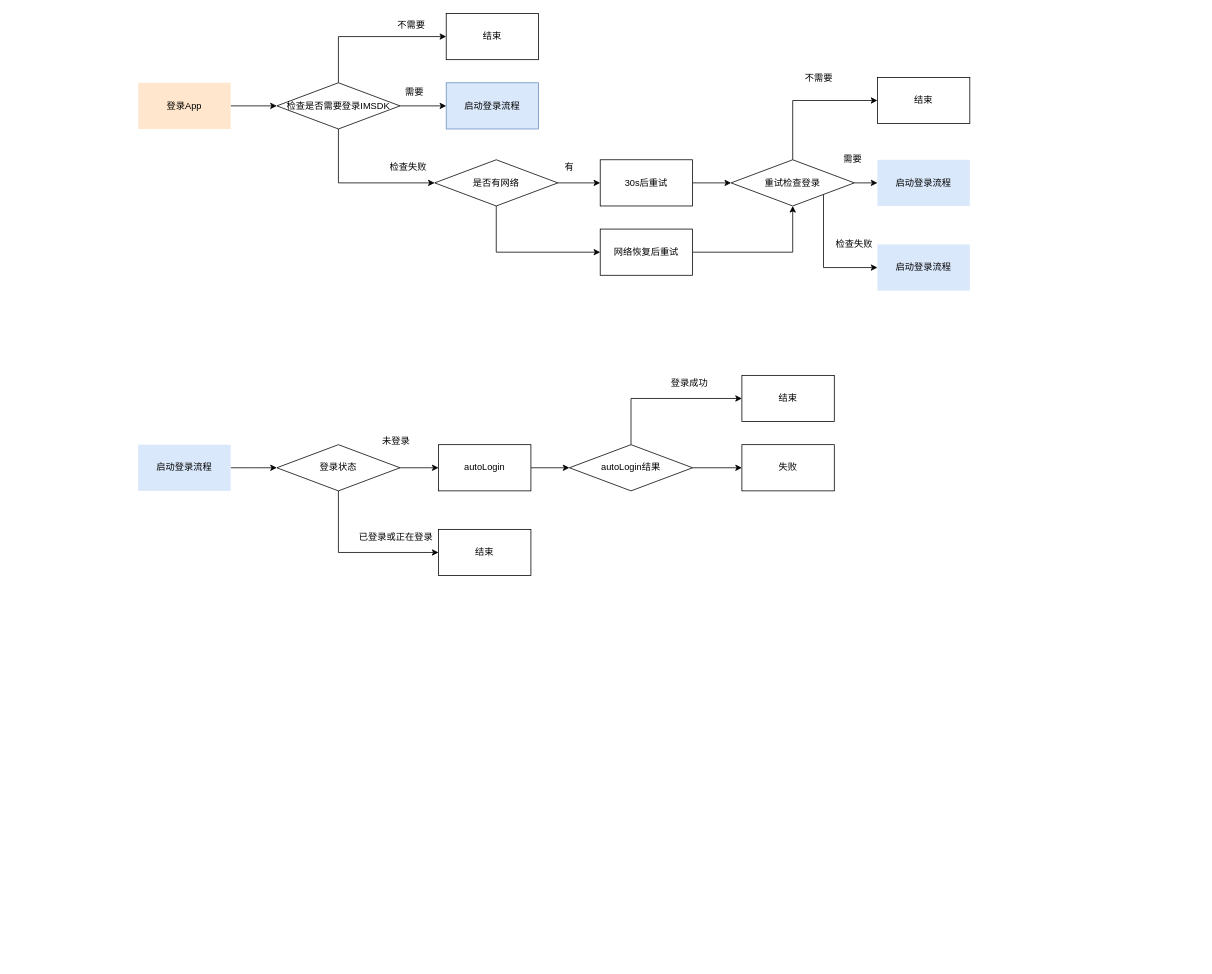
BigFaceXML/BigFaceXML.github.io keeps this draw.io diagram as imsdk.drawio. Above is the earlier version. Source tidied: cells renumbered, new cells numbered last; positions are measured from the earlier drawing's top-left corner, leaving out a move shared by most shapes. Both pictures are drawn from the tidied source at 77%, with x=0, y=0 at pixel (138, 13).
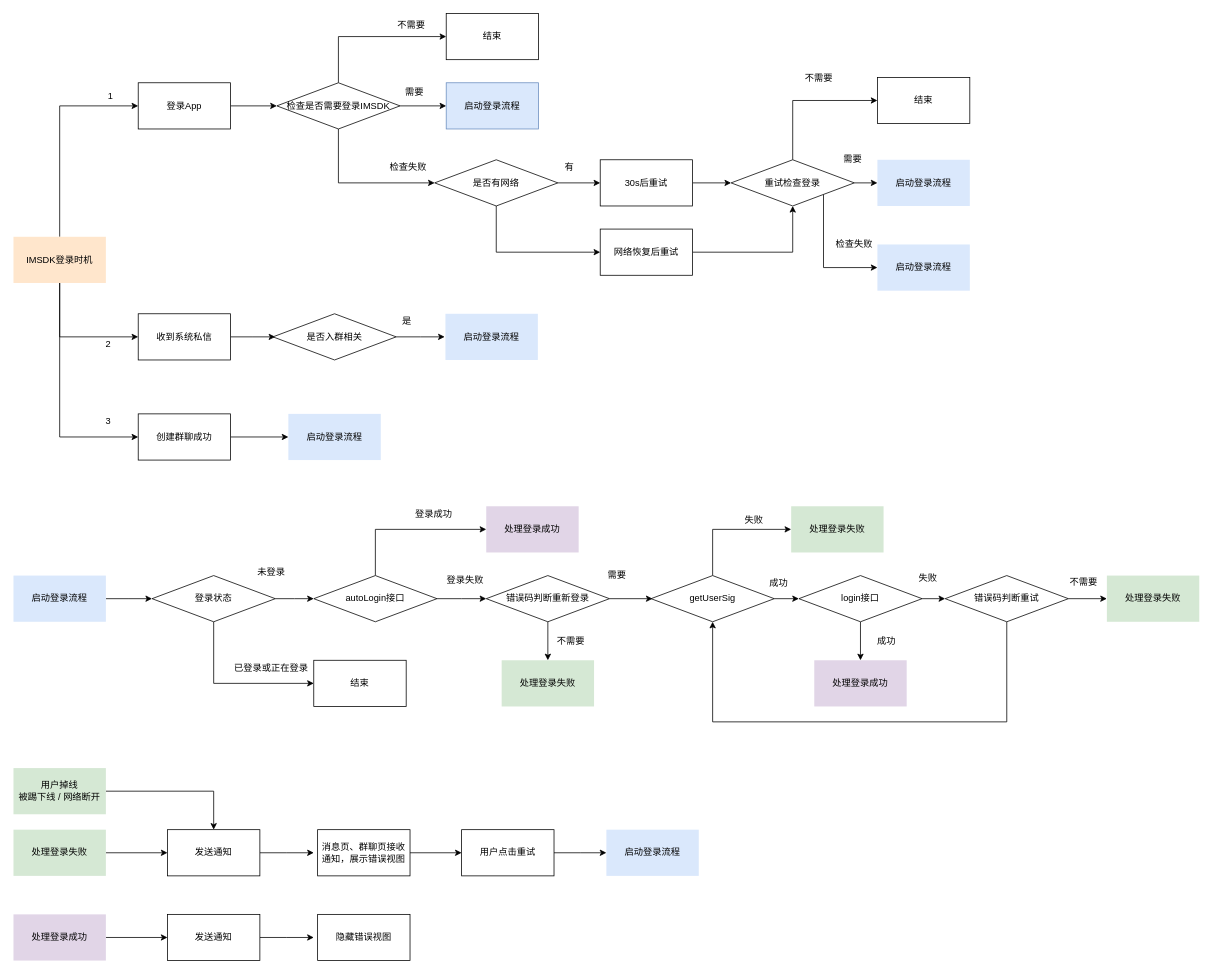
The same diagram, later.

Change to the diagram source:
```diff
@@
-    <mxCell id="3" value="登录App" style="rounded=0;whiteSpace=wrap;html=1;fillColor=#ffe6cc;strokeColor=none;" parent="1" vertex="1">
+    <mxCell id="3" value="登录App" style="rounded=0;whiteSpace=wrap;html=1;" parent="1" vertex="1">
       <mxGeometry y="90" width="120" height="60" as="geometry" />
     </mxCell>
@@
     <mxCell id="31" style="edgeStyle=orthogonalEdgeStyle;rounded=0;jettySize=auto;html=1;exitX=1;exitY=0.5;exitDx=0;exitDy=0;entryX=0;entryY=0.5;entryDx=0;entryDy=0;" parent="1" edge="1" source="32">
       <mxGeometry relative="1" as="geometry">
-        <mxPoint x="180" y="590" as="targetPoint" />
+        <mxPoint x="18" y="760" as="targetPoint" />
       </mxGeometry>
     </mxCell>
     <mxCell id="32" value="启动登录流程" style="rounded=0;whiteSpace=wrap;html=1;strokeColor=none;fillColor=#dae8fc;" parent="1" vertex="1">
-      <mxGeometry y="560" width="120" height="60" as="geometry" />
+      <mxGeometry x="-162" y="730" width="120" height="60" as="geometry" />
     </mxCell>
@@
-    <mxCell id="34" style="edgeStyle=orthogonalEdgeStyle;rounded=0;jettySize=auto;html=1;exitX=1;exitY=0.5;exitDx=0;exitDy=0;entryX=0;entryY=0.5;entryDx=0;entryDy=0;" parent="1" edge="1" source="35" target="37">
-      <mxGeometry relative="1" as="geometry" />
+    <mxCell id="34" style="edgeStyle=orthogonalEdgeStyle;rounded=0;jettySize=auto;html=1;exitX=1;exitY=0.5;exitDx=0;exitDy=0;entryX=0;entryY=0.5;entryDx=0;entryDy=0;" parent="1" edge="1" source="35">
+      <mxGeometry relative="1" as="geometry">
+        <mxPoint x="228" y="760" as="targetPoint" />
+      </mxGeometry>
     </mxCell>
     <mxCell id="35" value="登录状态" style="rhombus;whiteSpace=wrap;html=1;" parent="1" vertex="1">
-      <mxGeometry x="180" y="560" width="160" height="60" as="geometry" />
+      <mxGeometry x="18" y="730" width="160" height="60" as="geometry" />
     </mxCell>
-    <mxCell id="36" style="edgeStyle=orthogonalEdgeStyle;rounded=0;jettySize=auto;html=1;exitX=1;exitY=0.5;exitDx=0;exitDy=0;entryX=0;entryY=0.5;entryDx=0;entryDy=0;" parent="1" edge="1" source="37" target="41">
-      <mxGeometry relative="1" as="geometry" />
-    </mxCell>
-    <mxCell id="37" value="autoLogin" style="rounded=0;whiteSpace=wrap;html=1;" parent="1" vertex="1">
-      <mxGeometry x="390" y="560" width="120" height="60" as="geometry" />
-    </mxCell>
     <mxCell id="38" value="结束" style="rounded=0;whiteSpace=wrap;html=1;" parent="1" vertex="1">
-      <mxGeometry x="390" y="670" width="120" height="60" as="geometry" />
+      <mxGeometry x="228" y="840" width="120" height="60" as="geometry" />
     </mxCell>
@@
-    <mxCell id="40" style="edgeStyle=orthogonalEdgeStyle;rounded=0;jettySize=auto;html=1;exitX=1;exitY=0.5;exitDx=0;exitDy=0;entryX=0;entryY=0.5;entryDx=0;entryDy=0;" parent="1" edge="1" source="41" target="46">
-      <mxGeometry relative="1" as="geometry" />
+    <mxCell id="40" style="edgeStyle=orthogonalEdgeStyle;rounded=0;jettySize=auto;html=1;exitX=1;exitY=0.5;exitDx=0;exitDy=0;entryX=0;entryY=0.5;entryDx=0;entryDy=0;" parent="1" edge="1" source="41">
+      <mxGeometry relative="1" as="geometry">
+        <mxPoint x="452" y="760" as="targetPoint" />
+      </mxGeometry>
     </mxCell>
-    <mxCell id="41" value="autoLogin结果" style="rhombus;whiteSpace=wrap;html=1;" parent="1" vertex="1">
-      <mxGeometry x="560" y="560" width="160" height="60" as="geometry" />
+    <mxCell id="41" value="autoLogin接口" style="rhombus;whiteSpace=wrap;html=1;" parent="1" vertex="1">
+      <mxGeometry x="228" y="730" width="160" height="60" as="geometry" />
     </mxCell>
     <mxCell id="42" value="已登录或正在登录" style="text;html=1;align=left;verticalAlign=top;spacingTop=-4;" parent="1" vertex="1">
-      <mxGeometry x="285" y="670" width="110" height="20" as="geometry" />
+      <mxGeometry x="123" y="840" width="110" height="20" as="geometry" />
     </mxCell>
     <mxCell id="43" value="未登录" style="text;html=1;align=left;verticalAlign=top;spacingTop=-4;" parent="1" vertex="1">
-      <mxGeometry x="315" y="546" width="50" height="20" as="geometry" />
+      <mxGeometry x="153" y="716" width="50" height="20" as="geometry" />
     </mxCell>
-    <mxCell id="44" value="结束" style="rounded=0;whiteSpace=wrap;html=1;" parent="1" vertex="1">
-      <mxGeometry x="784" y="470" width="120" height="60" as="geometry" />
+    <mxCell id="44" value="处理登录成功" style="rounded=0;whiteSpace=wrap;html=1;strokeColor=none;fillColor=#e1d5e7;" parent="1" vertex="1">
+      <mxGeometry x="452" y="640" width="120" height="60" as="geometry" />
     </mxCell>
     <mxCell id="45" value="登录成功" style="text;html=1;align=left;verticalAlign=top;spacingTop=-4;" parent="1" vertex="1">
-      <mxGeometry x="690" y="470" width="60" height="20" as="geometry" />
+      <mxGeometry x="358" y="640" width="60" height="20" as="geometry" />
     </mxCell>
-    <mxCell id="46" value="失败" style="rounded=0;whiteSpace=wrap;html=1;" parent="1" vertex="1">
-      <mxGeometry x="784" y="560" width="120" height="60" as="geometry" />
-    </mxCell>
+    <mxCell id="47" style="edgeStyle=orthogonalEdgeStyle;rounded=0;jettySize=auto;html=1;exitX=1;exitY=0.5;exitDx=0;exitDy=0;" parent="1" edge="1" source="49">
+      <mxGeometry relative="1" as="geometry">
+        <mxPoint x="668" y="760" as="targetPoint" />
+      </mxGeometry>
+    </mxCell>
+    <mxCell id="48" style="edgeStyle=orthogonalEdgeStyle;rounded=0;jettySize=auto;html=1;exitX=0.5;exitY=1;exitDx=0;exitDy=0;entryX=0.5;entryY=0;entryDx=0;entryDy=0;" parent="1" edge="1" source="49" target="51">
+      <mxGeometry relative="1" as="geometry" />
+    </mxCell>
+    <mxCell id="49" value="错误码判断重新登录" style="rhombus;whiteSpace=wrap;html=1;" parent="1" vertex="1">
+      <mxGeometry x="452" y="730" width="160" height="60" as="geometry" />
+    </mxCell>
+    <mxCell id="50" value="登录失败" style="text;html=1;align=left;verticalAlign=top;spacingTop=-4;" parent="1" vertex="1">
+      <mxGeometry x="399" y="726" width="60" height="20" as="geometry" />
+    </mxCell>
+    <mxCell id="51" value="处理登录失败" style="rounded=0;whiteSpace=wrap;html=1;fillColor=#d5e8d4;strokeColor=none;" parent="1" vertex="1">
+      <mxGeometry x="472" y="840" width="120" height="60" as="geometry" />
+    </mxCell>
+    <mxCell id="52" value="需要" style="text;html=1;align=left;verticalAlign=top;spacingTop=-4;" parent="1" vertex="1">
+      <mxGeometry x="608" y="720" width="40" height="20" as="geometry" />
+    </mxCell>
+    <mxCell id="53" value="不需要" style="text;html=1;align=left;verticalAlign=top;spacingTop=-4;" parent="1" vertex="1">
+      <mxGeometry x="542" y="805" width="50" height="20" as="geometry" />
+    </mxCell>
+    <mxCell id="54" value="处理登录失败" style="rounded=0;whiteSpace=wrap;html=1;fillColor=#d5e8d4;strokeColor=none;" parent="1" vertex="1">
+      <mxGeometry x="848" y="640" width="120" height="60" as="geometry" />
+    </mxCell>
+    <mxCell id="55" value="失败" style="text;html=1;align=left;verticalAlign=top;spacingTop=-4;" parent="1" vertex="1">
+      <mxGeometry x="786" y="648" width="40" height="20" as="geometry" />
+    </mxCell>
+    <mxCell id="56" value="成功" style="text;html=1;align=left;verticalAlign=top;spacingTop=-4;" parent="1" vertex="1">
+      <mxGeometry x="818" y="730" width="40" height="20" as="geometry" />
+    </mxCell>
+    <mxCell id="57" style="edgeStyle=orthogonalEdgeStyle;rounded=0;jettySize=auto;html=1;exitX=0.5;exitY=0;exitDx=0;exitDy=0;entryX=0;entryY=0.5;entryDx=0;entryDy=0;" parent="1" edge="1" source="59" target="54">
+      <mxGeometry relative="1" as="geometry" />
+    </mxCell>
+    <mxCell id="58" style="edgeStyle=orthogonalEdgeStyle;rounded=0;jettySize=auto;html=1;exitX=1;exitY=0.5;exitDx=0;exitDy=0;entryX=0;entryY=0.5;entryDx=0;entryDy=0;" parent="1" edge="1" source="59" target="62">
+      <mxGeometry relative="1" as="geometry" />
+    </mxCell>
+    <mxCell id="59" value="getUserSig" style="rhombus;whiteSpace=wrap;html=1;" parent="1" vertex="1">
+      <mxGeometry x="666" y="730" width="160" height="60" as="geometry" />
+    </mxCell>
+    <mxCell id="60" style="edgeStyle=orthogonalEdgeStyle;rounded=0;jettySize=auto;html=1;exitX=0.5;exitY=1;exitDx=0;exitDy=0;entryX=0.5;entryY=0;entryDx=0;entryDy=0;" parent="1" edge="1" source="62" target="63">
+      <mxGeometry relative="1" as="geometry" />
+    </mxCell>
+    <mxCell id="61" style="edgeStyle=orthogonalEdgeStyle;rounded=0;jettySize=auto;html=1;exitX=1;exitY=0.5;exitDx=0;exitDy=0;entryX=0;entryY=0.5;entryDx=0;entryDy=0;" parent="1" edge="1" source="62" target="67">
+      <mxGeometry relative="1" as="geometry" />
+    </mxCell>
+    <mxCell id="62" value="login接口" style="rhombus;whiteSpace=wrap;html=1;" parent="1" vertex="1">
+      <mxGeometry x="858" y="730" width="160" height="60" as="geometry" />
+    </mxCell>
+    <mxCell id="63" value="处理登录成功" style="rounded=0;whiteSpace=wrap;html=1;fillColor=#e1d5e7;strokeColor=none;" parent="1" vertex="1">
+      <mxGeometry x="878" y="840" width="120" height="60" as="geometry" />
+    </mxCell>
+    <mxCell id="64" value="成功" style="text;html=1;align=left;verticalAlign=top;spacingTop=-4;" parent="1" vertex="1">
+      <mxGeometry x="958" y="805" width="40" height="20" as="geometry" />
+    </mxCell>
+    <mxCell id="65" style="edgeStyle=orthogonalEdgeStyle;rounded=0;jettySize=auto;html=1;exitX=1;exitY=0.5;exitDx=0;exitDy=0;entryX=0;entryY=0.5;entryDx=0;entryDy=0;" parent="1" edge="1" source="67" target="69">
+      <mxGeometry relative="1" as="geometry" />
+    </mxCell>
+    <mxCell id="66" style="edgeStyle=orthogonalEdgeStyle;rounded=0;jettySize=auto;html=1;exitX=0.5;exitY=1;exitDx=0;exitDy=0;entryX=0.5;entryY=1;entryDx=0;entryDy=0;" parent="1" edge="1" source="67" target="59">
+      <mxGeometry relative="1" as="geometry">
+        <Array as="points">
+          <mxPoint x="1128" y="920" />
+          <mxPoint x="746" y="920" />
+        </Array>
+      </mxGeometry>
+    </mxCell>
+    <mxCell id="67" value="错误码判断重试" style="rhombus;whiteSpace=wrap;html=1;" parent="1" vertex="1">
+      <mxGeometry x="1048" y="730" width="160" height="60" as="geometry" />
+    </mxCell>
+    <mxCell id="68" value="失败" style="text;html=1;align=left;verticalAlign=top;spacingTop=-4;" parent="1" vertex="1">
+      <mxGeometry x="1012" y="723" width="40" height="20" as="geometry" />
+    </mxCell>
+    <mxCell id="69" value="处理登录失败" style="rounded=0;whiteSpace=wrap;html=1;fillColor=#d5e8d4;strokeColor=none;" parent="1" vertex="1">
+      <mxGeometry x="1258" y="730" width="120" height="60" as="geometry" />
+    </mxCell>
+    <mxCell id="70" value="不需要" style="text;html=1;align=left;verticalAlign=top;spacingTop=-4;" parent="1" vertex="1">
+      <mxGeometry x="1208" y="729" width="50" height="20" as="geometry" />
+    </mxCell>
+    <mxCell id="71" style="edgeStyle=orthogonalEdgeStyle;rounded=0;jettySize=auto;html=1;exitX=1;exitY=0.5;exitDx=0;exitDy=0;entryX=0;entryY=0.5;entryDx=0;entryDy=0;" parent="1" edge="1" source="72" target="74">
+      <mxGeometry relative="1" as="geometry" />
+    </mxCell>
+    <mxCell id="72" value="处理登录失败" style="rounded=0;whiteSpace=wrap;html=1;fillColor=#d5e8d4;strokeColor=none;" parent="1" vertex="1">
+      <mxGeometry x="-162" y="1060" width="120" height="60" as="geometry" />
+    </mxCell>
+    <mxCell id="73" style="edgeStyle=orthogonalEdgeStyle;rounded=0;jettySize=auto;html=1;exitX=1;exitY=0.5;exitDx=0;exitDy=0;" parent="1" edge="1" source="74">
+      <mxGeometry relative="1" as="geometry">
+        <mxPoint x="228" y="1090" as="targetPoint" />
+      </mxGeometry>
+    </mxCell>
+    <mxCell id="74" value="发送通知" style="rounded=0;whiteSpace=wrap;html=1;" parent="1" vertex="1">
+      <mxGeometry x="38" y="1060" width="120" height="60" as="geometry" />
+    </mxCell>
+    <mxCell id="75" style="edgeStyle=orthogonalEdgeStyle;rounded=0;jettySize=auto;html=1;exitX=1;exitY=0.5;exitDx=0;exitDy=0;" parent="1" edge="1" source="76" target="78">
+      <mxGeometry relative="1" as="geometry" />
+    </mxCell>
+    <mxCell id="76" value="消息页、群聊页接收通知，展示错误视图" style="rounded=0;whiteSpace=wrap;html=1;" parent="1" vertex="1">
+      <mxGeometry x="233" y="1060" width="120" height="60" as="geometry" />
+    </mxCell>
+    <mxCell id="77" style="edgeStyle=orthogonalEdgeStyle;rounded=0;jettySize=auto;html=1;exitX=1;exitY=0.5;exitDx=0;exitDy=0;" parent="1" edge="1" source="78">
+      <mxGeometry relative="1" as="geometry">
+        <mxPoint x="608" y="1090" as="targetPoint" />
+      </mxGeometry>
+    </mxCell>
+    <mxCell id="78" value="用户点击重试" style="rounded=0;whiteSpace=wrap;html=1;" parent="1" vertex="1">
+      <mxGeometry x="420" y="1060" width="120" height="60" as="geometry" />
+    </mxCell>
+    <mxCell id="79" value="启动登录流程" style="rounded=0;whiteSpace=wrap;html=1;strokeColor=none;fillColor=#dae8fc;" parent="1" vertex="1">
+      <mxGeometry x="608" y="1060" width="120" height="60" as="geometry" />
+    </mxCell>
+    <mxCell id="80" style="edgeStyle=orthogonalEdgeStyle;rounded=0;jettySize=auto;html=1;exitX=1;exitY=0.5;exitDx=0;exitDy=0;entryX=0;entryY=0.5;entryDx=0;entryDy=0;" parent="1" edge="1" source="81" target="83">
+      <mxGeometry relative="1" as="geometry" />
+    </mxCell>
+    <mxCell id="81" value="处理登录成功" style="rounded=0;whiteSpace=wrap;html=1;fillColor=#e1d5e7;strokeColor=none;" parent="1" vertex="1">
+      <mxGeometry x="-162" y="1170" width="120" height="60" as="geometry" />
+    </mxCell>
+    <mxCell id="82" style="edgeStyle=orthogonalEdgeStyle;rounded=0;jettySize=auto;html=1;exitX=1;exitY=0.5;exitDx=0;exitDy=0;" parent="1" edge="1" source="83">
+      <mxGeometry relative="1" as="geometry">
+        <mxPoint x="228" y="1200" as="targetPoint" />
+      </mxGeometry>
+    </mxCell>
+    <mxCell id="83" value="发送通知" style="rounded=0;whiteSpace=wrap;html=1;" parent="1" vertex="1">
+      <mxGeometry x="38" y="1170" width="120" height="60" as="geometry" />
+    </mxCell>
+    <mxCell id="84" value="隐藏错误视图" style="rounded=0;whiteSpace=wrap;html=1;" parent="1" vertex="1">
+      <mxGeometry x="233" y="1170" width="120" height="60" as="geometry" />
+    </mxCell>
+    <mxCell id="85" style="edgeStyle=orthogonalEdgeStyle;rounded=0;jettySize=auto;html=1;exitX=0.5;exitY=0;exitDx=0;exitDy=0;entryX=0;entryY=0.5;entryDx=0;entryDy=0;" parent="1" edge="1" source="88" target="3">
+      <mxGeometry relative="1" as="geometry" />
+    </mxCell>
+    <mxCell id="86" style="edgeStyle=orthogonalEdgeStyle;rounded=0;jettySize=auto;html=1;exitX=0.5;exitY=1;exitDx=0;exitDy=0;entryX=0;entryY=0.5;entryDx=0;entryDy=0;" parent="1" edge="1" source="88" target="91">
+      <mxGeometry relative="1" as="geometry" />
+    </mxCell>
+    <mxCell id="87" style="edgeStyle=orthogonalEdgeStyle;rounded=0;jettySize=auto;html=1;exitX=0.5;exitY=1;exitDx=0;exitDy=0;entryX=0;entryY=0.5;entryDx=0;entryDy=0;" parent="1" edge="1" source="88" target="98">
+      <mxGeometry relative="1" as="geometry" />
+    </mxCell>
+    <mxCell id="88" value="IMSDK登录时机" style="rounded=0;whiteSpace=wrap;html=1;strokeColor=none;fillColor=#ffe6cc;" parent="1" vertex="1">
+      <mxGeometry x="-162" y="290" width="120" height="60" as="geometry" />
+    </mxCell>
+    <mxCell id="89" value="1" style="text;html=1;align=left;verticalAlign=top;spacingTop=-4;" parent="1" vertex="1">
+      <mxGeometry x="-41" y="98" width="20" height="20" as="geometry" />
+    </mxCell>
+    <mxCell id="90" style="edgeStyle=orthogonalEdgeStyle;rounded=0;jettySize=auto;html=1;exitX=1;exitY=0.5;exitDx=0;exitDy=0;" parent="1" edge="1" source="91">
+      <mxGeometry relative="1" as="geometry">
+        <mxPoint x="178" y="420" as="targetPoint" />
+      </mxGeometry>
+    </mxCell>
+    <mxCell id="91" value="收到系统私信" style="rounded=0;whiteSpace=wrap;html=1;" parent="1" vertex="1">
+      <mxGeometry y="390" width="120" height="60" as="geometry" />
+    </mxCell>
+    <mxCell id="92" value="2" style="text;html=1;align=left;verticalAlign=top;spacingTop=-4;" parent="1" vertex="1">
+      <mxGeometry x="-44" y="420" width="20" height="20" as="geometry" />
+    </mxCell>
+    <mxCell id="93" style="edgeStyle=orthogonalEdgeStyle;rounded=0;jettySize=auto;html=1;exitX=1;exitY=0.5;exitDx=0;exitDy=0;" parent="1" edge="1" source="94">
+      <mxGeometry relative="1" as="geometry">
+        <mxPoint x="398" y="420" as="targetPoint" />
+      </mxGeometry>
+    </mxCell>
+    <mxCell id="94" value="是否入群相关" style="rhombus;whiteSpace=wrap;html=1;" parent="1" vertex="1">
+      <mxGeometry x="175" y="390" width="160" height="60" as="geometry" />
+    </mxCell>
+    <mxCell id="95" value="启动登录流程" style="rounded=0;whiteSpace=wrap;html=1;strokeColor=none;fillColor=#dae8fc;" parent="1" vertex="1">
+      <mxGeometry x="399" y="390" width="120" height="60" as="geometry" />
+    </mxCell>
+    <mxCell id="96" value="是" style="text;html=1;align=left;verticalAlign=top;spacingTop=-4;" parent="1" vertex="1">
+      <mxGeometry x="341" y="390" width="30" height="20" as="geometry" />
+    </mxCell>
+    <mxCell id="97" style="edgeStyle=orthogonalEdgeStyle;rounded=0;jettySize=auto;html=1;exitX=1;exitY=0.5;exitDx=0;exitDy=0;entryX=0;entryY=0.5;entryDx=0;entryDy=0;" parent="1" edge="1" source="98" target="100">
+      <mxGeometry relative="1" as="geometry" />
+    </mxCell>
+    <mxCell id="98" value="创建群聊成功" style="rounded=0;whiteSpace=wrap;html=1;" parent="1" vertex="1">
+      <mxGeometry y="520" width="120" height="60" as="geometry" />
+    </mxCell>
+    <mxCell id="99" value="3" style="text;html=1;align=left;verticalAlign=top;spacingTop=-4;" parent="1" vertex="1">
+      <mxGeometry x="-44" y="520" width="20" height="20" as="geometry" />
+    </mxCell>
+    <mxCell id="100" value="启动登录流程" style="rounded=0;whiteSpace=wrap;html=1;strokeColor=none;fillColor=#dae8fc;" parent="1" vertex="1">
+      <mxGeometry x="195" y="520" width="120" height="60" as="geometry" />
+    </mxCell>
+    <mxCell id="101" style="edgeStyle=orthogonalEdgeStyle;rounded=0;jettySize=auto;html=1;exitX=1;exitY=0.5;exitDx=0;exitDy=0;entryX=0.5;entryY=0;entryDx=0;entryDy=0;" parent="1" edge="1" source="102" target="74">
+      <mxGeometry relative="1" as="geometry" />
+    </mxCell>
+    <mxCell id="102" value="用户掉线&lt;br&gt;被踢下线 / 网络断开" style="rounded=0;whiteSpace=wrap;html=1;fillColor=#d5e8d4;strokeColor=none;" parent="1" vertex="1">
+      <mxGeometry x="-162" y="980" width="120" height="60" as="geometry" />
+    </mxCell>
```
